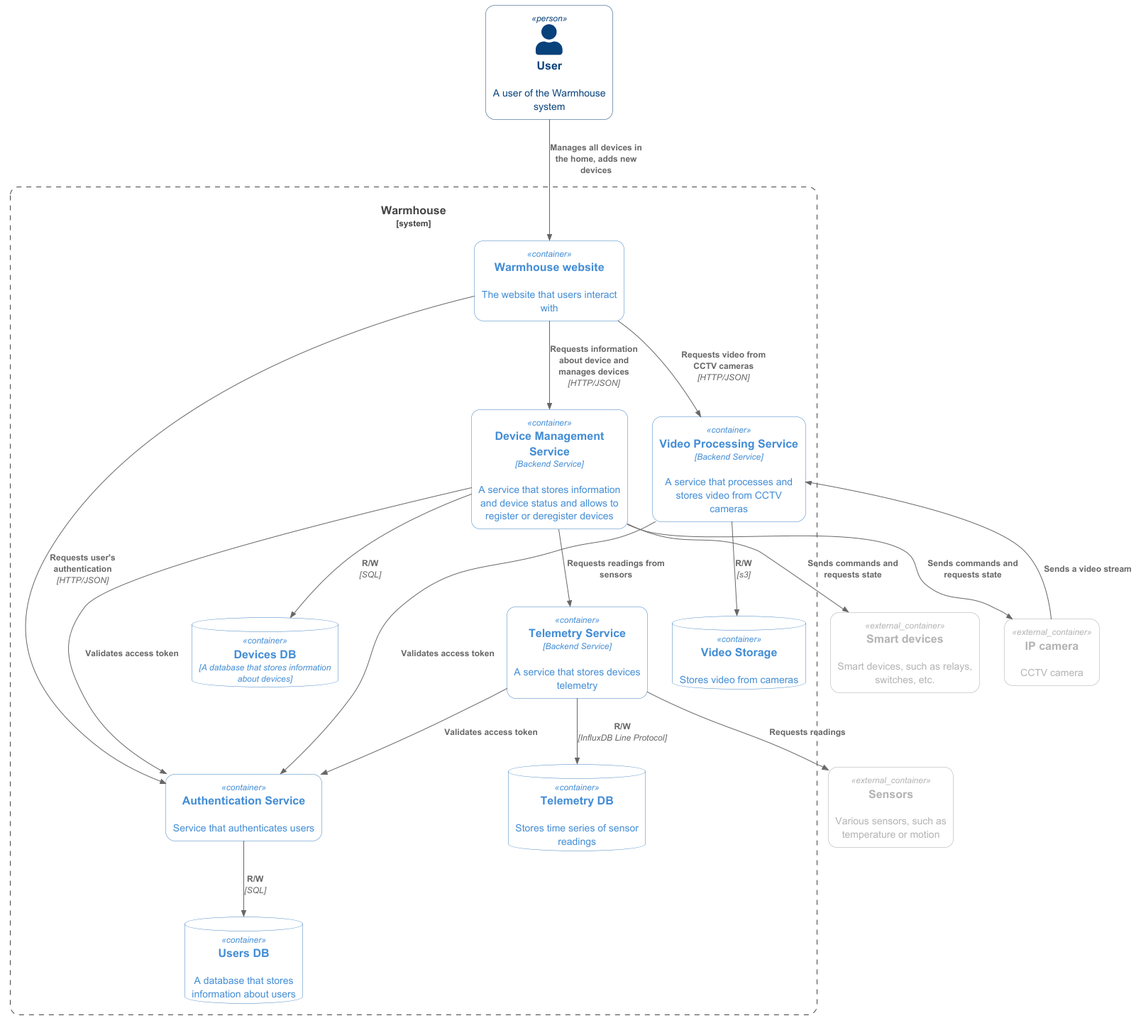
Above: docs/architecture/img/container.png in afjord/architecture-pro-warmhouse (PlantUML), before the change. Its diagram source:
```plantuml
@startuml

!NEW_C4_STYLE=1
!include C4_Container.puml

Person(user, "User", "A user of the Warmhouse system")
Container_Ext(device, "Smart devices", $descr="Smart devices, such as relays, switches, etc.")
Container_Ext(sensor, "Sensors", $descr="Various sensors, such as temperature or motion")
Container_Ext(ipCamera, "IP camera", $descr="CCTV camera")

System_Boundary(warmhouseSystem, "Warmhouse") {
    Container(webApp, "Warmhouse website", $descr="The website that users interact with")

    Container(devicesManagement, "Device Management Service", "Backend Service", "A service that stores information and device status and allows to register or deregister devices")
    ContainerDb(devicesDb, "Devices DB", "A database that stores information about devices")

    Container(authService, "Authentication Service", $descr="Service that authenticates users")
    ContainerDb(usersDb, "Users DB", $descr="A database that stores information about users")

    Container(telemetry, "Telemetry Service", "Backend Service", "A service that stores devices telemetry")
    ContainerDb(telemetryDb, "Telemetry DB", $descr="Stores time series of sensor readings")

    Container(videoService, "Video Processing Service", "Backend Service", "A service that processes and stores video from CCTV cameras")
    ContainerDb(videoDb, "Video Storage", $descr="Stores video from cameras")

    Rel(authService,usersDb,"R/W", "SQL")
    Rel(devicesManagement,device,"Sends commands and requests state")
    Rel(devicesManagement,ipCamera,"Sends commands and requests state")
    Rel(devicesManagement, telemetry, "Requests readings from sensors")
    Rel(devicesManagement,devicesDb,"R/W", "SQL")
    Rel(ipCamera,videoService, "Sends a video stream")
    Rel(telemetry, sensor, "Requests readings")
    Rel(telemetry,telemetryDb, "R/W", "InfluxDB Line Protocol")
    Rel(videoService,videoDb, "R/W", s3)
    Rel(webApp,authService,"Requests user's authentication", "HTTP/JSON")
    Rel(webApp,devicesManagement,"Requests information about device and manages devices", "HTTP/JSON")
    Rel(webApp,videoService, "Requests video from CCTV cameras", "HTTP/JSON")

    Rel(devicesManagement, authService, "Validates access token")
    Rel(telemetry, authService, "Validates access token")
    Rel(videoService, authService, "Validates access token")
}

Rel(user,webApp,"Manages all devices in the home, adds new devices")

@enduml
```
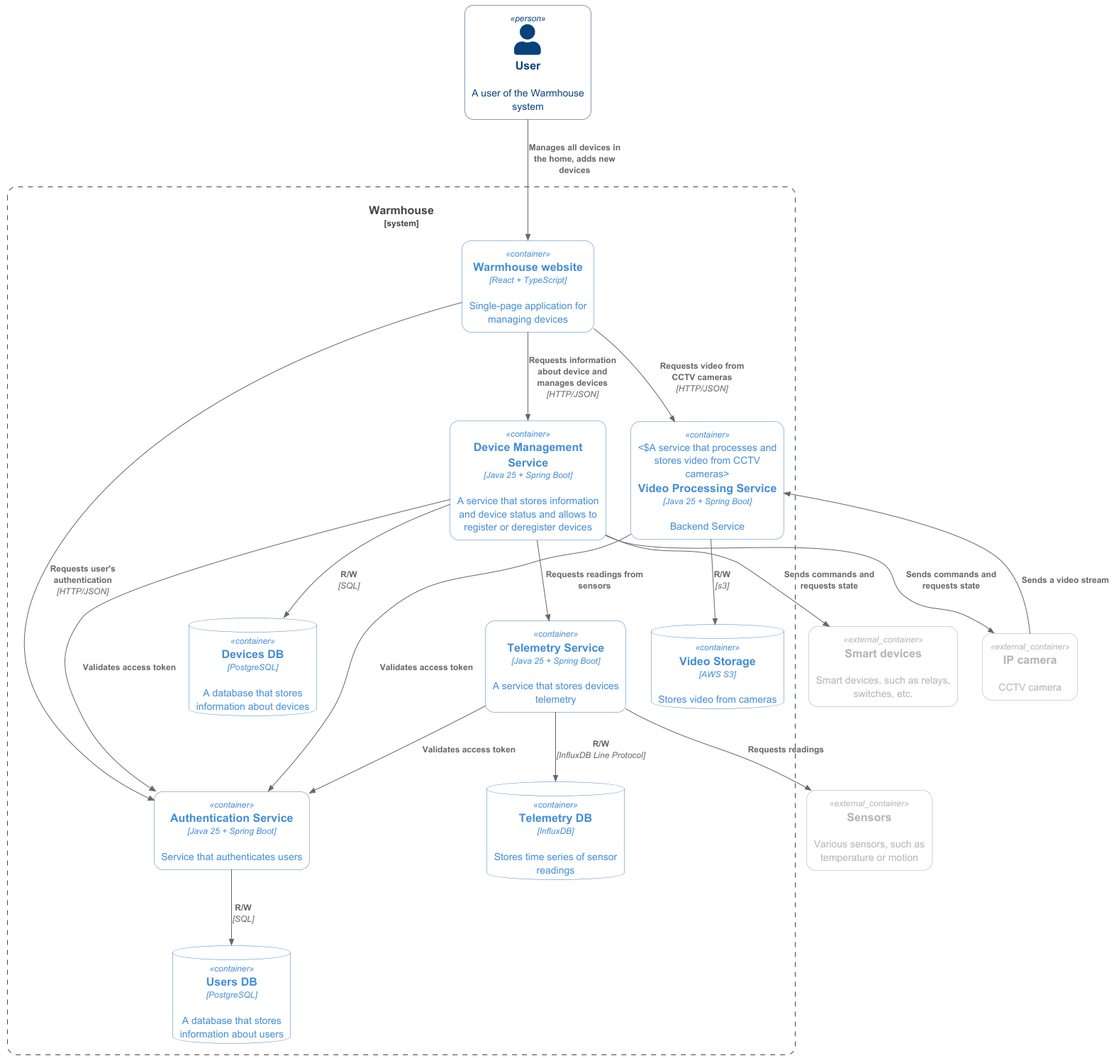
After the commit.

Commit message:
Add technologies to the container.puml Fix ER diagram

The edit, as a diff of the source:
```diff
@@ -9,19 +9,19 @@
 Container_Ext(ipCamera, "IP camera", $descr="CCTV camera")
 
 System_Boundary(warmhouseSystem, "Warmhouse") {
-    Container(webApp, "Warmhouse website", $descr="The website that users interact with")
+    Container(webApp, "Warmhouse website", "React + TypeScript", $descr="Single-page application for managing devices")
 
-    Container(devicesManagement, "Device Management Service", "Backend Service", "A service that stores information and device status and allows to register or deregister devices")
-    ContainerDb(devicesDb, "Devices DB", "A database that stores information about devices")
+    Container(devicesManagement, "Device Management Service", "Java 25 + Spring Boot", "A service that stores information and device status and allows to register or deregister devices")
+    ContainerDb(devicesDb, "Devices DB", "PostgreSQL", "A database that stores information about devices")
 
-    Container(authService, "Authentication Service", $descr="Service that authenticates users")
-    ContainerDb(usersDb, "Users DB", $descr="A database that stores information about users")
+    Container(authService, "Authentication Service", "Java 25 + Spring Boot", $descr="Service that authenticates users")
+    ContainerDb(usersDb, "Users DB", "PostgreSQL", $descr="A database that stores information about users")
 
-    Container(telemetry, "Telemetry Service", "Backend Service", "A service that stores devices telemetry")
-    ContainerDb(telemetryDb, "Telemetry DB", $descr="Stores time series of sensor readings")
+    Container(telemetry, "Telemetry Service", "Java 25 + Spring Boot", "A service that stores devices telemetry")
+    ContainerDb(telemetryDb, "Telemetry DB", "InfluxDB", $descr="Stores time series of sensor readings")
 
-    Container(videoService, "Video Processing Service", "Backend Service", "A service that processes and stores video from CCTV cameras")
-    ContainerDb(videoDb, "Video Storage", $descr="Stores video from cameras")
+    Container(videoService, "Video Processing Service", "Java 25 + Spring Boot", "Backend Service", "A service that processes and stores video from CCTV cameras")
+    ContainerDb(videoDb, "Video Storage", "AWS S3", $descr="Stores video from cameras")
 
     Rel(authService,usersDb,"R/W", "SQL")
     Rel(devicesManagement,device,"Sends commands and requests state")
```
